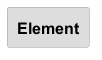
Before: docs/architecture/diagrams/structurizr-Classes_default_container__renderers-key.png, a diagram exported from PlantUML (chrislyons-dev/archlette). Its diagram source:
```plantuml
@startuml
set separator none

skinparam {
  shadowing false
  arrowFontSize 15
  defaultTextAlignment center
  wrapWidth 100
  maxMessageSize 100
}
hide stereotype

skinparam rectangle<<_transparent>> {
  BorderColor transparent
  BackgroundColor transparent
  FontColor transparent
}

skinparam rectangle<<1>> {
  BackgroundColor #dddddd
  FontColor #000000
  BorderColor #9a9a9a
}
rectangle "==Element" <<1>>


@enduml
```
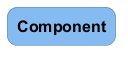
Later version of the same file.

What changed in the source:
```diff
@@ -7,6 +7,7 @@
   defaultTextAlignment center
   wrapWidth 100
   maxMessageSize 100
+  defaultFontName "Arial"
 }
 hide stereotype
 
@@ -17,11 +18,12 @@
 }
 
 skinparam rectangle<<1>> {
-  BackgroundColor #dddddd
+  BackgroundColor #85bbf0
   FontColor #000000
-  BorderColor #9a9a9a
+  BorderColor #5d82a8
+  roundCorner 20
 }
-rectangle "==Element" <<1>>
+rectangle "==Component" <<1>>
 
 
 @enduml
```
